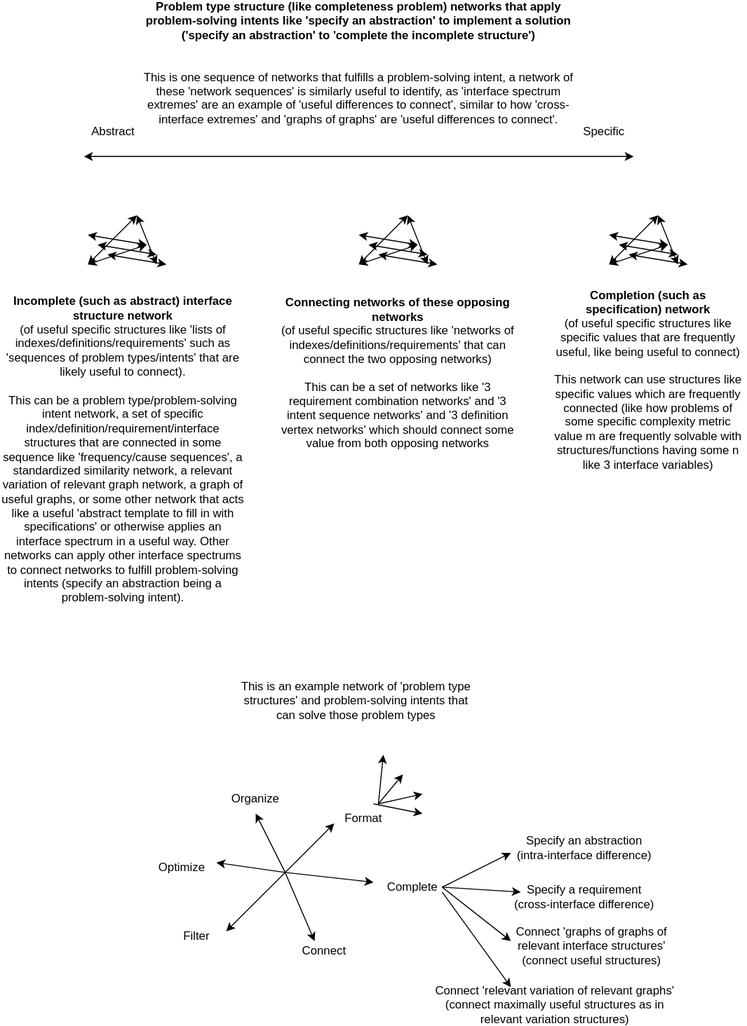
Before: docs/objects/problem_type_intent_interface_spectrum_implementations.drawio.svg, a diagram exported from draw.io (outdreamer/build-a-cure). Source tidied: cells renumbered, new cells last; positions are measured from the earlier drawing's top-left corner, leaving out a move shared by most shapes.
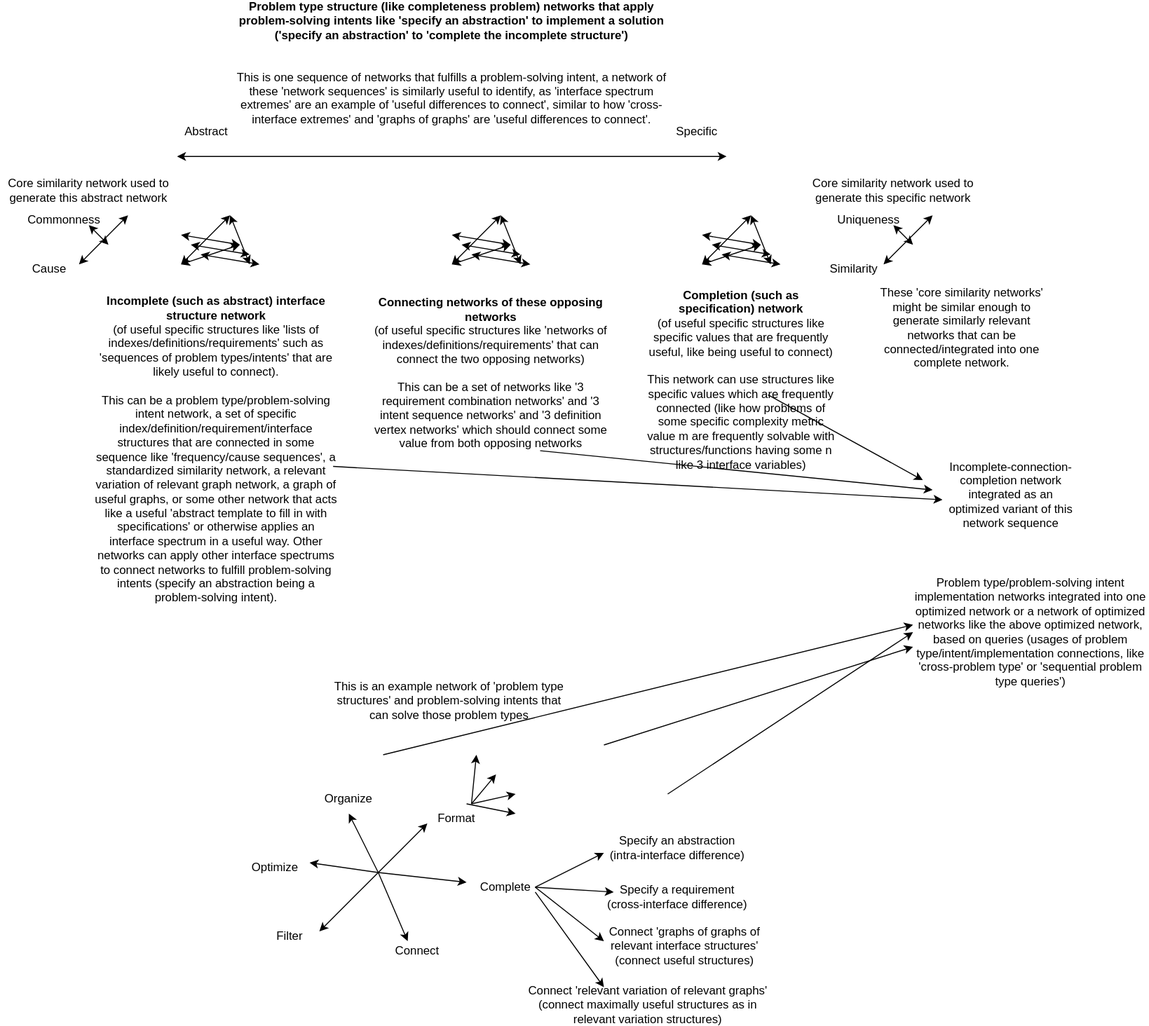
Later version of the same file.

What changed in the source:
```diff
@@ -244,5 +244,87 @@
     <mxCell id="51" value="This is an example network of 'problem type structures' and problem-solving intents that can solve those problem types" style="text;html=1;strokeColor=none;fillColor=none;align=center;verticalAlign=middle;whiteSpace=wrap;rounded=0;" parent="1" vertex="1">
       <mxGeometry x="240" y="650" width="245" height="30" as="geometry" />
     </mxCell>
+    <mxCell id="52" style="endArrow=classic;startArrow=classic;html=1;rounded=0;" parent="1" edge="1">
+      <mxGeometry relative="1" as="geometry">
+        <mxPoint x="-15" y="220" as="sourcePoint" />
+        <mxPoint x="35" y="170" as="targetPoint" />
+      </mxGeometry>
+    </mxCell>
+    <mxCell id="53" value="Core similarity network used to generate this abstract network" style="text;html=1;strokeColor=none;fillColor=none;align=center;verticalAlign=middle;whiteSpace=wrap;rounded=0;" parent="1" vertex="1">
+      <mxGeometry x="-95" y="130" width="180" height="30" as="geometry" />
+    </mxCell>
+    <mxCell id="54" value="Cause" style="text;html=1;strokeColor=none;fillColor=none;align=center;verticalAlign=middle;whiteSpace=wrap;rounded=0;" parent="1" vertex="1">
+      <mxGeometry x="-75" y="210" width="60" height="30" as="geometry" />
+    </mxCell>
+    <mxCell id="55" style="endArrow=classic;startArrow=classic;html=1;rounded=0;" parent="1" edge="1">
+      <mxGeometry relative="1" as="geometry">
+        <mxPoint x="-5" y="180" as="sourcePoint" />
+        <mxPoint x="15" y="200" as="targetPoint" />
+      </mxGeometry>
+    </mxCell>
+    <mxCell id="56" value="Commonness" style="text;html=1;strokeColor=none;fillColor=none;align=center;verticalAlign=middle;whiteSpace=wrap;rounded=0;" parent="1" vertex="1">
+      <mxGeometry x="-60" y="160" width="60" height="30" as="geometry" />
+    </mxCell>
+    <mxCell id="57" style="endArrow=classic;startArrow=classic;html=1;rounded=0;" parent="1" edge="1">
+      <mxGeometry relative="1" as="geometry">
+        <mxPoint x="805" y="220" as="sourcePoint" />
+        <mxPoint x="855" y="170" as="targetPoint" />
+      </mxGeometry>
+    </mxCell>
+    <mxCell id="58" value="Core similarity network used to generate this specific network" style="text;html=1;strokeColor=none;fillColor=none;align=center;verticalAlign=middle;whiteSpace=wrap;rounded=0;" parent="1" vertex="1">
+      <mxGeometry x="725" y="130" width="180" height="30" as="geometry" />
+    </mxCell>
+    <mxCell id="59" value="Similarity" style="text;html=1;strokeColor=none;fillColor=none;align=center;verticalAlign=middle;whiteSpace=wrap;rounded=0;" parent="1" vertex="1">
+      <mxGeometry x="745" y="210" width="60" height="30" as="geometry" />
+    </mxCell>
+    <mxCell id="60" style="endArrow=classic;startArrow=classic;html=1;rounded=0;" parent="1" edge="1">
+      <mxGeometry relative="1" as="geometry">
+        <mxPoint x="815" y="180" as="sourcePoint" />
+        <mxPoint x="835" y="200" as="targetPoint" />
+      </mxGeometry>
+    </mxCell>
+    <mxCell id="61" value="Uniqueness" style="text;html=1;strokeColor=none;fillColor=none;align=center;verticalAlign=middle;whiteSpace=wrap;rounded=0;" parent="1" vertex="1">
+      <mxGeometry x="760" y="160" width="60" height="30" as="geometry" />
+    </mxCell>
+    <mxCell id="62" value="These 'core similarity networks' might be similar enough to generate similarly relevant networks that can be connected/integrated into one complete network." style="text;html=1;strokeColor=none;fillColor=none;align=center;verticalAlign=middle;whiteSpace=wrap;rounded=0;" parent="1" vertex="1">
+      <mxGeometry x="795" y="270" width="180" height="30" as="geometry" />
+    </mxCell>
+    <mxCell id="63" style="endArrow=classic;html=1;rounded=0;" parent="1" edge="1" source="20">
+      <mxGeometry relative="1" as="geometry">
+        <mxPoint x="845" y="440" as="targetPoint" />
+      </mxGeometry>
+    </mxCell>
+    <mxCell id="64" style="endArrow=classic;html=1;rounded=0;" parent="1" edge="1">
+      <mxGeometry relative="1" as="geometry">
+        <mxPoint x="455" y="410" as="sourcePoint" />
+        <mxPoint x="855" y="450" as="targetPoint" />
+      </mxGeometry>
+    </mxCell>
+    <mxCell id="65" style="endArrow=classic;html=1;rounded=0;exitX=0.976;exitY=1.067;exitDx=0;exitDy=0;exitPerimeter=0;" parent="1" edge="1" source="21">
+      <mxGeometry relative="1" as="geometry">
+        <mxPoint x="865" y="460" as="targetPoint" />
+      </mxGeometry>
+    </mxCell>
+    <mxCell id="66" value="Incomplete-connection-completion network integrated as an optimized variant of this network sequence" style="text;html=1;strokeColor=none;fillColor=none;align=center;verticalAlign=middle;whiteSpace=wrap;rounded=0;" parent="1" vertex="1">
+      <mxGeometry x="865" y="440" width="140" height="30" as="geometry" />
+    </mxCell>
+    <mxCell id="67" value="Problem type/problem-solving intent implementation networks integrated into one optimized network or a network of optimized networks like the above optimized network, based on queries (usages of problem type/intent/implementation connections, like 'cross-problem type' or 'sequential problem type queries')" style="text;html=1;strokeColor=none;fillColor=none;align=center;verticalAlign=middle;whiteSpace=wrap;rounded=0;" parent="1" vertex="1">
+      <mxGeometry x="835" y="580" width="240" height="30" as="geometry" />
+    </mxCell>
+    <mxCell id="68" style="endArrow=classic;html=1;rounded=0;entryX=0;entryY=0.25;entryDx=0;entryDy=0;" parent="1" edge="1" target="67">
+      <mxGeometry relative="1" as="geometry">
+        <mxPoint x="295" y="720" as="sourcePoint" />
+      </mxGeometry>
+    </mxCell>
+    <mxCell id="69" style="endArrow=classic;html=1;rounded=0;entryX=0;entryY=1;entryDx=0;entryDy=0;" parent="1" edge="1" target="67">
+      <mxGeometry relative="1" as="geometry">
+        <mxPoint x="520" y="710" as="sourcePoint" />
+      </mxGeometry>
+    </mxCell>
+    <mxCell id="70" style="endArrow=classic;html=1;rounded=0;entryX=0;entryY=0.5;entryDx=0;entryDy=0;" parent="1" edge="1" target="67">
+      <mxGeometry relative="1" as="geometry">
+        <mxPoint x="585" y="760" as="sourcePoint" />
+      </mxGeometry>
+    </mxCell>
   </root>
 </mxGraphModel>
```
